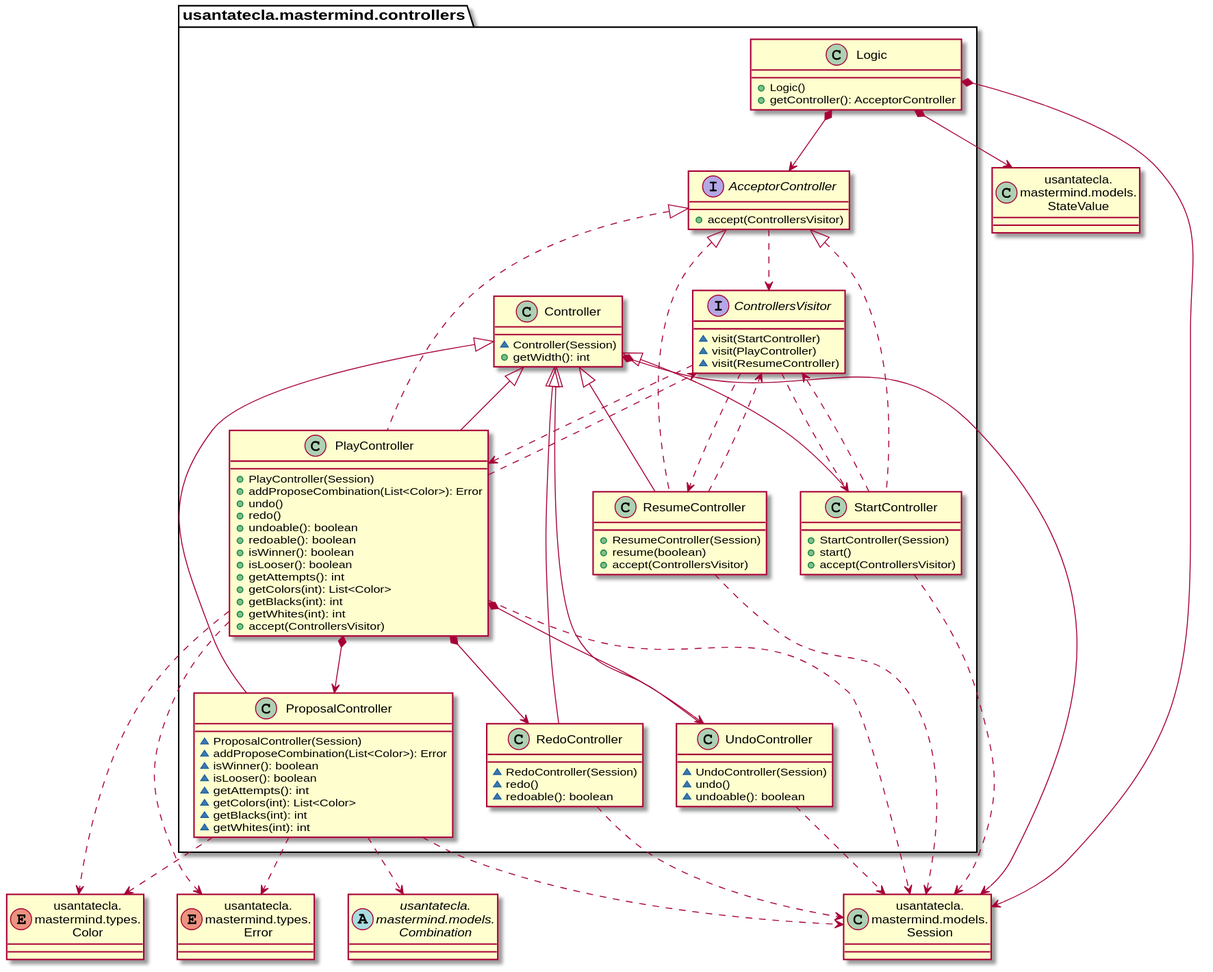
Earlier version of the PlantUML export modelViewPresenter/presentationModel/withComposite/docs/diagrams/out/paquetes/usantatecla.mastermind.controllers.svg (SantaTecla-mastermind/solution.java.swing.socket.sql).
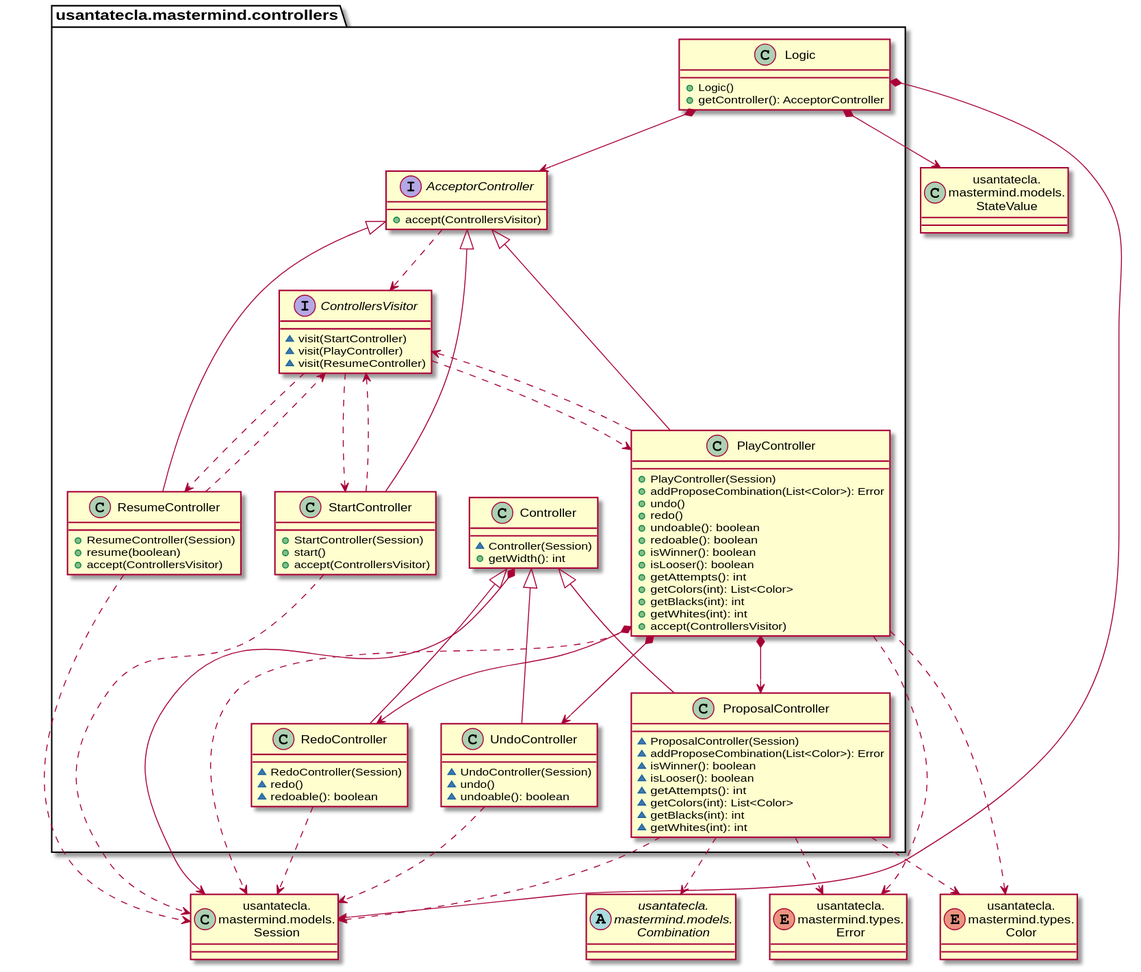
Later version of the same file.

Change to the diagram source:
```diff
@@ -48,8 +48,7 @@
     + getWhites(int): int
     + accept(ControllersVisitor)
 }
-usantatecla.mastermind.controllers.AcceptorController <|.down. usantatecla.mastermind.controllers.PlayController
-usantatecla.mastermind.controllers.Controller <|-down- usantatecla.mastermind.controllers.PlayController
+usantatecla.mastermind.controllers.AcceptorController <|-down- usantatecla.mastermind.controllers.PlayController
 usantatecla.mastermind.controllers.PlayController *-down-> usantatecla.mastermind.controllers.ProposalController
 usantatecla.mastermind.controllers.PlayController *-down-> usantatecla.mastermind.controllers.UndoController
 usantatecla.mastermind.controllers.PlayController *-down-> usantatecla.mastermind.controllers.RedoController
@@ -87,8 +86,7 @@
     + resume(boolean)
     + accept(ControllersVisitor)
 }
-usantatecla.mastermind.controllers.AcceptorController <|.down. usantatecla.mastermind.controllers.ResumeController
-usantatecla.mastermind.controllers.Controller <|-down- usantatecla.mastermind.controllers.ResumeController
+usantatecla.mastermind.controllers.AcceptorController <|-down- usantatecla.mastermind.controllers.ResumeController
 usantatecla.mastermind.controllers.ResumeController .down.> usantatecla.mastermind.controllers.ControllersVisitor
 usantatecla.mastermind.controllers.ResumeController .down.> Session
 
@@ -97,8 +95,7 @@
     + start()
     + accept(ControllersVisitor)
 }
-usantatecla.mastermind.controllers.AcceptorController <|.down. usantatecla.mastermind.controllers.StartController
-usantatecla.mastermind.controllers.Controller <|-down- usantatecla.mastermind.controllers.StartController
+usantatecla.mastermind.controllers.AcceptorController <|-down- usantatecla.mastermind.controllers.StartController
 usantatecla.mastermind.controllers.StartController .down.> usantatecla.mastermind.controllers.ControllersVisitor
 usantatecla.mastermind.controllers.StartController .down.> Session
 
```
